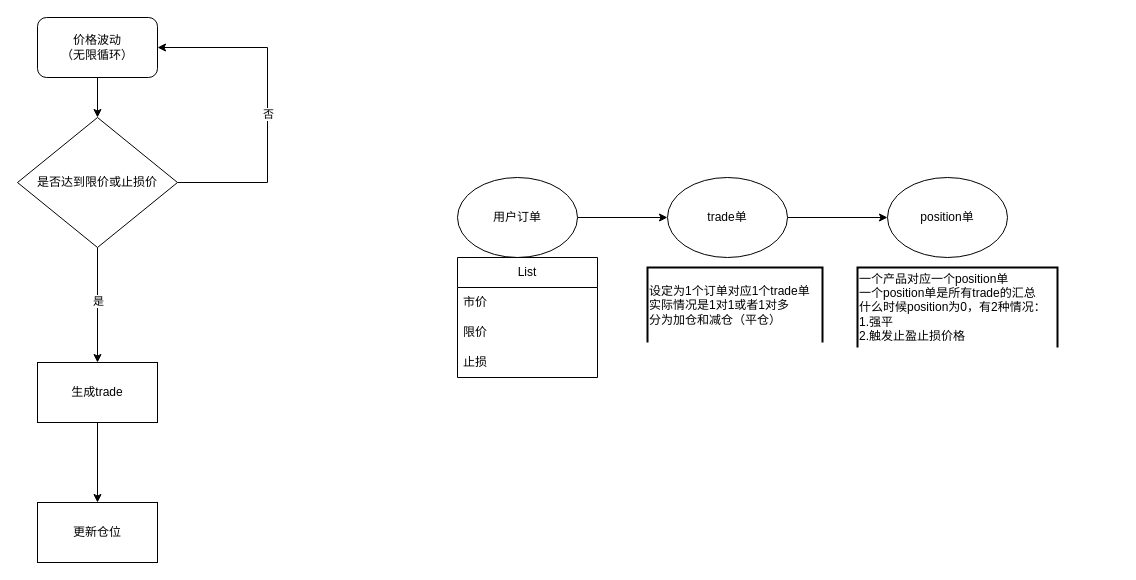
This is 限价单或止损单.drawio from dwfrost/images, a draw.io file, before an edit. Source tidied: cells renumbered, new cells numbered last; positions are measured from the earlier drawing's top-left corner, leaving out a move shared by most shapes. Both pictures are drawn from the tidied source at 100%, with x=0, y=0 at pixel (17, 17).
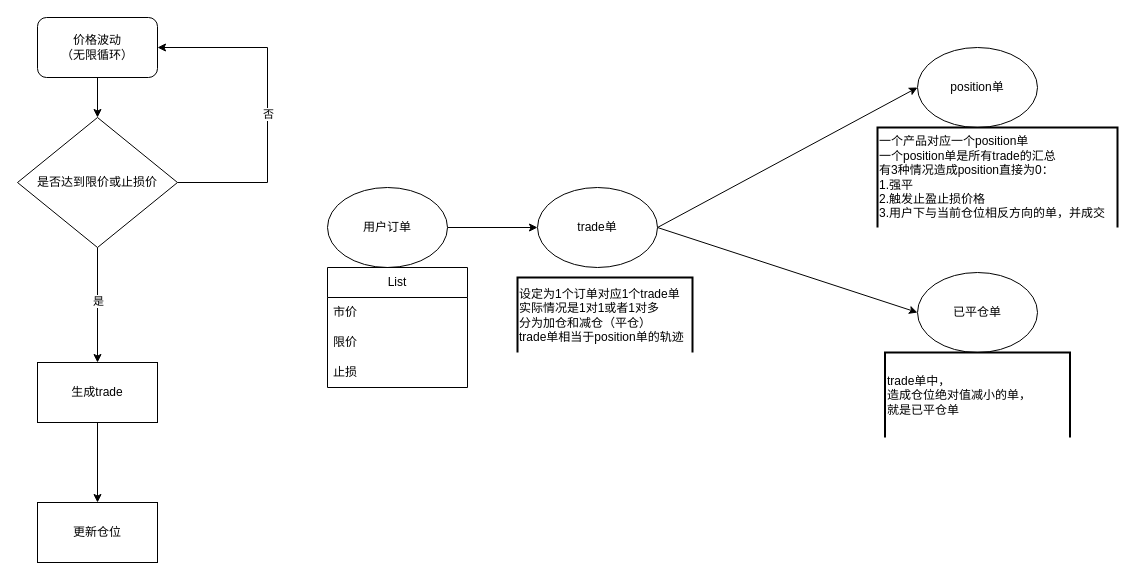
Above is the later version.

Commit message (it also covers changes not shown here):
更新限价单或止损单.drawio

Diff of the diagram source:
```diff
@@
     <mxCell id="13" value="用户订单" style="ellipse;whiteSpace=wrap;html=1;" parent="1" vertex="1">
-      <mxGeometry x="440" y="160" width="120" height="80" as="geometry" />
+      <mxGeometry x="310" y="170" width="120" height="80" as="geometry" />
     </mxCell>
-    <mxCell id="14" style="edgeStyle=orthogonalEdgeStyle;rounded=0;jettySize=auto;html=1;exitX=1;exitY=0.5;exitDx=0;exitDy=0;entryX=0;entryY=0.5;entryDx=0;entryDy=0;" parent="1" edge="1" source="15" target="20">
+    <mxCell id="14" style="rounded=0;jettySize=auto;html=1;exitX=1;exitY=0.5;exitDx=0;exitDy=0;entryX=0;entryY=0.5;entryDx=0;entryDy=0;" parent="1" edge="1" source="15" target="20">
       <mxGeometry relative="1" as="geometry" />
     </mxCell>
+    <mxCell id="23" style="edgeStyle=none;rounded=0;jettySize=auto;html=1;exitX=1;exitY=0.5;exitDx=0;exitDy=0;entryX=0;entryY=0.5;entryDx=0;entryDy=0;" parent="1" edge="1" source="15" target="24">
+      <mxGeometry relative="1" as="geometry" />
+    </mxCell>
     <mxCell id="15" value="trade单" style="ellipse;whiteSpace=wrap;html=1;" parent="1" vertex="1">
-      <mxGeometry x="650" y="160" width="120" height="80" as="geometry" />
+      <mxGeometry x="520" y="170" width="120" height="80" as="geometry" />
     </mxCell>
     <mxCell id="16" value="List" style="swimlane;fontStyle=0;horizontal=1;startSize=30;whiteSpace=wrap;html=1;" parent="1" vertex="1">
-      <mxGeometry x="440" y="240" width="140" height="120" as="geometry" />
+      <mxGeometry x="310" y="250" width="140" height="120" as="geometry" />
     </mxCell>
@@
     <mxCell id="20" value="position单" style="ellipse;whiteSpace=wrap;html=1;" parent="1" vertex="1">
-      <mxGeometry x="870" y="160" width="120" height="80" as="geometry" />
+      <mxGeometry x="900" y="30" width="120" height="80" as="geometry" />
     </mxCell>
-    <mxCell id="21" value="一个产品对应一个position单&lt;br&gt;一个position单是所有trade的汇总&lt;br&gt;什么时候position为0，有2种情况：&lt;br&gt;1.强平&lt;br&gt;2.触发止盈止损价格" style="strokeWidth=2;html=1;shape=mxgraph.flowchart.annotation_1;align=left;direction=south;" parent="1" vertex="1">
-      <mxGeometry x="840" y="250" width="200" height="80" as="geometry" />
+    <mxCell id="21" value="一个产品对应一个position单&lt;br&gt;一个position单是所有trade的汇总&lt;br&gt;有3种情况造成position直接为0：&lt;br&gt;1.强平&lt;br&gt;2.触发止盈止损价格&lt;br&gt;3.用户下与当前仓位相反方向的单，并成交" style="strokeWidth=2;html=1;shape=mxgraph.flowchart.annotation_1;align=left;direction=south;" parent="1" vertex="1">
+      <mxGeometry x="860" y="110" width="240" height="100" as="geometry" />
     </mxCell>
-    <mxCell id="22" value="&lt;span style=&quot;&quot;&gt;设定为1个订单对应1个trade单&lt;br&gt;&lt;/span&gt;&lt;span style=&quot;&quot;&gt;实际情况是1对1或者1对多&lt;br&gt;&lt;/span&gt;&lt;span style=&quot;&quot;&gt;分为加仓和减仓（平仓）&lt;/span&gt;&lt;span style=&quot;&quot;&gt;&lt;br&gt;&lt;/span&gt;" style="strokeWidth=2;html=1;shape=mxgraph.flowchart.annotation_1;align=left;direction=south;" parent="1" vertex="1">
-      <mxGeometry x="630" y="250" width="175" height="75" as="geometry" />
+    <mxCell id="22" value="&lt;span style=&quot;&quot;&gt;设定为1个订单对应1个trade单&lt;br&gt;&lt;/span&gt;&lt;span style=&quot;&quot;&gt;实际情况是1对1或者1对多&lt;br&gt;&lt;/span&gt;&lt;span style=&quot;&quot;&gt;分为加仓和减仓（平仓）&lt;br&gt;&lt;/span&gt;&lt;span style=&quot;&quot;&gt;trade单相当于position单的轨迹&lt;br&gt;&lt;/span&gt;" style="strokeWidth=2;html=1;shape=mxgraph.flowchart.annotation_1;align=left;direction=south;" parent="1" vertex="1">
+      <mxGeometry x="500" y="260" width="175" height="75" as="geometry" />
     </mxCell>
+    <mxCell id="24" value="已平仓单" style="ellipse;whiteSpace=wrap;html=1;" parent="1" vertex="1">
+      <mxGeometry x="900" y="255" width="120" height="80" as="geometry" />
+    </mxCell>
+    <mxCell id="25" value="trade单中，&lt;br&gt;造成仓位绝对值减小的单，&lt;br&gt;就是已平仓单" style="strokeWidth=2;html=1;shape=mxgraph.flowchart.annotation_1;align=left;direction=south;" parent="1" vertex="1">
+      <mxGeometry x="867.5" y="335" width="185" height="85" as="geometry" />
+    </mxCell>
```
